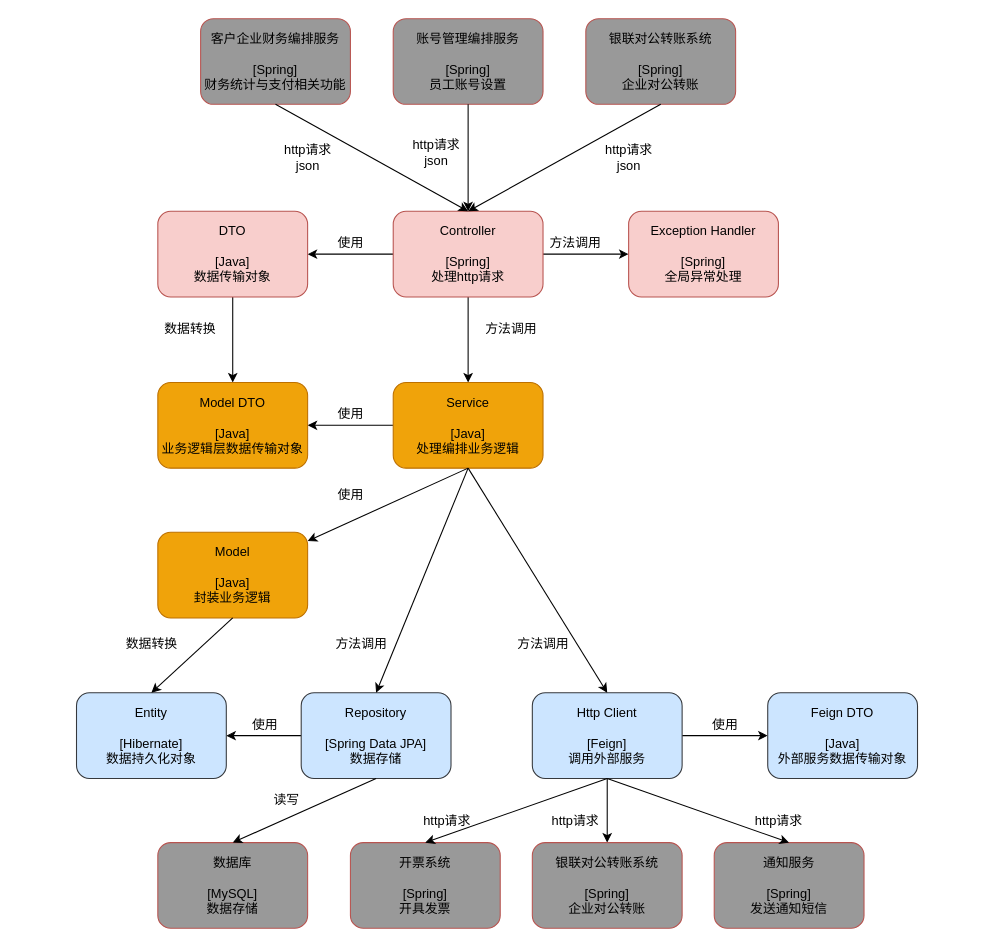
Above: images/企业差旅服务.drawio in deesyx/heima (draw.io), before the change. Source tidied: cells renumbered, new cells numbered last; positions are measured from the earlier drawing's top-left corner, leaving out a move shared by most shapes. Both pictures are drawn from the tidied source at 107%, with x=0, y=0 at pixel (76, 18).
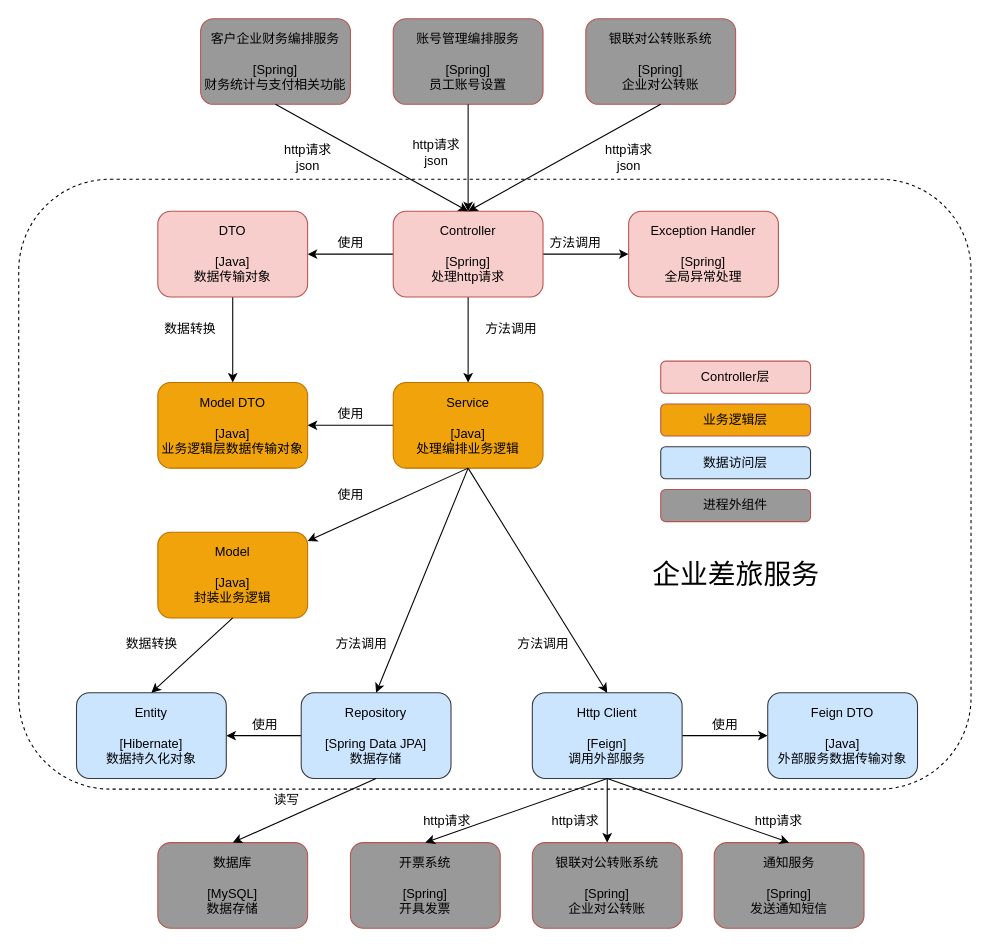
Above is the later version.

Change to the diagram source:
```diff
@@
+    <mxCell id="55" style="rounded=1;whiteSpace=wrap;html=1;fontColor=#000000;fillColor=none;dashed=1;" parent="1" vertex="1">
+      <mxGeometry x="-54" y="150" width="890" height="570" as="geometry" />
+    </mxCell>
@@
+    <object id="56" label="%component%" component="Controller层" placeholders="1">
+      <mxCell style="rounded=1;whiteSpace=wrap;html=1;fillColor=#f8cecc;noLabel=0;comic=0;strokeColor=#b85450;" parent="1" vertex="1">
+        <mxGeometry x="546" y="320" width="140" height="30" as="geometry" />
+      </mxCell>
+    </object>
+    <object id="57" label="%component%" component="业务逻辑层" placeholders="1">
+      <mxCell style="rounded=1;whiteSpace=wrap;html=1;fillColor=#F0A30A;noLabel=0;comic=0;strokeColor=#b85450;" parent="1" vertex="1">
+        <mxGeometry x="546" y="360" width="140" height="30" as="geometry" />
+      </mxCell>
+    </object>
+    <object id="58" label="%component%" component="数据访问层" placeholders="1">
+      <mxCell style="rounded=1;whiteSpace=wrap;html=1;fillColor=#cce5ff;noLabel=0;comic=0;strokeColor=#36393d;" parent="1" vertex="1">
+        <mxGeometry x="546" y="400" width="140" height="30" as="geometry" />
+      </mxCell>
+    </object>
+    <object id="59" label="%component%" component="进程外组件" placeholders="1">
+      <mxCell style="rounded=1;whiteSpace=wrap;html=1;fillColor=#999999;noLabel=0;comic=0;strokeColor=#b85450;" parent="1" vertex="1">
+        <mxGeometry x="546" y="440" width="140" height="30" as="geometry" />
+      </mxCell>
+    </object>
+    <mxCell id="60" value="&lt;font style=&quot;font-size: 26px;&quot;&gt;企业差旅服务&lt;/font&gt;" style="text;html=1;strokeColor=none;fillColor=none;align=center;verticalAlign=middle;whiteSpace=wrap;rounded=0;dashed=1;fontColor=#000000;" parent="1" vertex="1">
+      <mxGeometry x="524.5" y="505" width="183" height="30" as="geometry" />
+    </mxCell>
```
